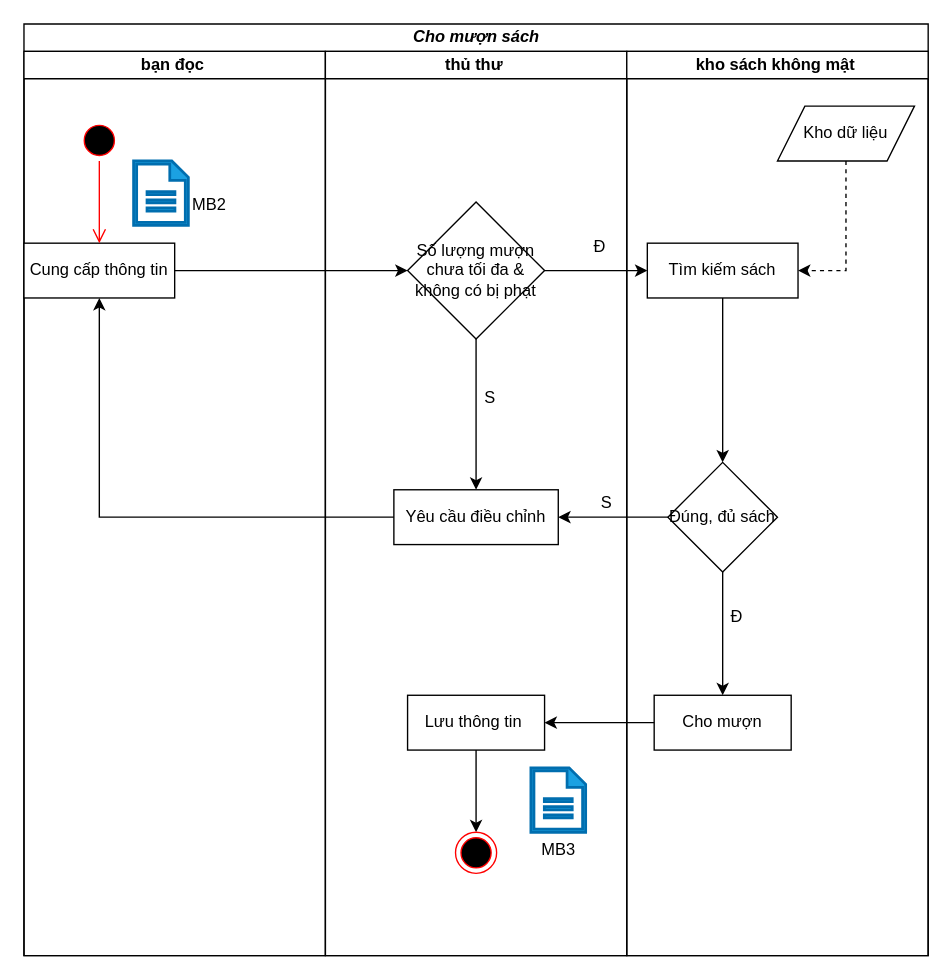
Above: page "Cho mượn sách" (3 of 11) of bài tap lớn/Biểu đồ hoạt động.drawio in vqh17062001/PTTKHT (draw.io), before the change. Source tidied: cells renumbered, new cells numbered last; positions are measured from the earlier drawing's top-left corner, leaving out a move shared by most shapes. Both pictures are drawn from the tidied source at 137%, with x=0, y=0 at pixel (23, 23).
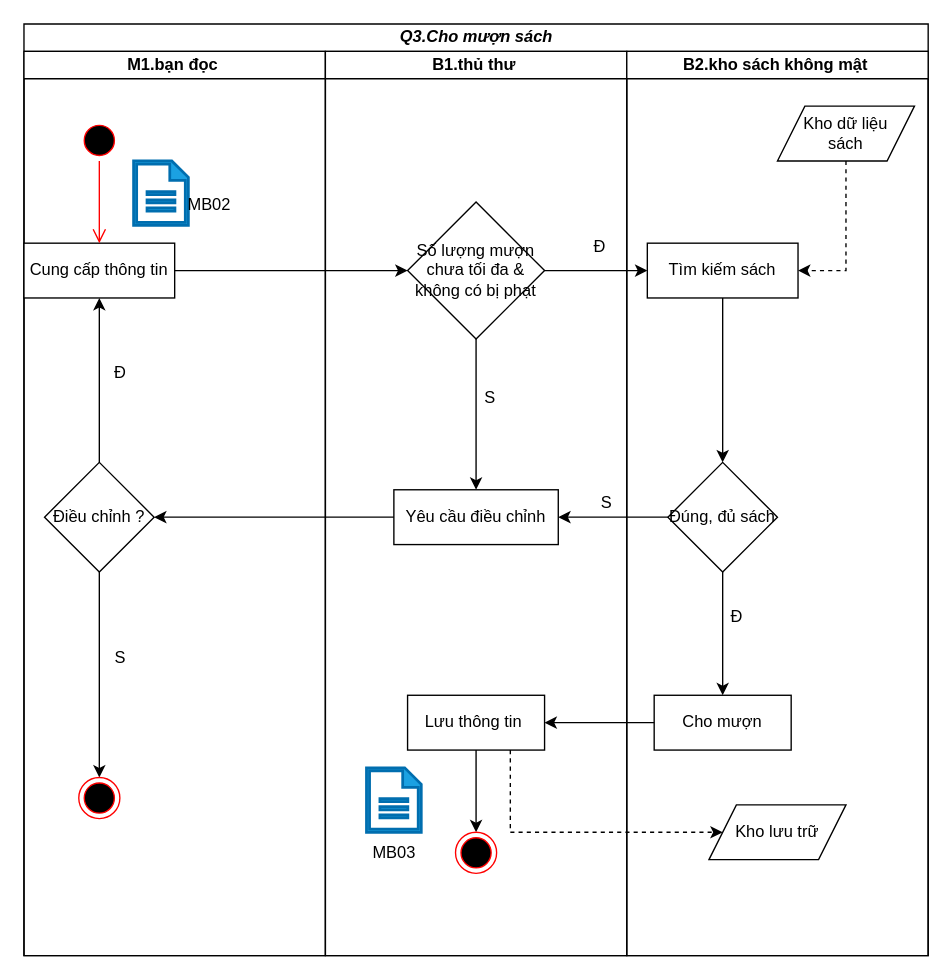
The same diagram, later.

Unchanged cells that the change refers to:
```xml
<mxCell id="4" value="Cung cấp thông tin" style="rounded=0;whiteSpace=wrap;html=1;" parent="3" vertex="1">
  <mxGeometry y="140" width="110" height="40" as="geometry" />
</mxCell>
<mxCell id="10" value="Yêu cầu điều chỉnh" style="rounded=0;whiteSpace=wrap;html=1;" parent="7" vertex="1">
  <mxGeometry x="50" y="320" width="120" height="40" as="geometry" />
</mxCell>
<mxCell id="12" value="Lưu thông tin&amp;nbsp;" style="rounded=0;whiteSpace=wrap;html=1;" parent="7" vertex="1">
  <mxGeometry x="60" y="470" width="100" height="40" as="geometry" />
</mxCell>
```

The edit, as a diff of the source:
```diff
@@
-    <mxCell id="2" value="&lt;b&gt;&lt;i&gt;Cho mượn sách&lt;/i&gt;&lt;/b&gt;" style="swimlane;startSize=20;html=1;" parent="1" vertex="1">
+    <mxCell id="2" value="&lt;b&gt;&lt;i&gt;Q3.Cho mượn sách&lt;/i&gt;&lt;/b&gt;" style="swimlane;startSize=20;html=1;" parent="1" vertex="1">
       <mxGeometry width="660" height="680" as="geometry" />
     </mxCell>
-    <mxCell id="3" value="&lt;b&gt;bạn đọc&amp;nbsp;&lt;/b&gt;" style="swimlane;startSize=20;html=1;" parent="2" vertex="1">
+    <mxCell id="3" value="&lt;b&gt;M1.bạn đọc&amp;nbsp;&lt;/b&gt;" style="swimlane;startSize=20;html=1;" parent="2" vertex="1">
       <mxGeometry y="20" width="220" height="660" as="geometry" />
     </mxCell>
@@
-    <mxCell id="6" value="MB2" style="text;html=1;align=center;verticalAlign=middle;strokeColor=none;fillColor=none;" parent="3" vertex="1">
+    <mxCell id="6" value="MB02" style="text;html=1;align=center;verticalAlign=middle;strokeColor=none;fillColor=none;" parent="3" vertex="1">
       <mxGeometry x="110" y="97" width="50" height="30" as="geometry" />
     </mxCell>
+    <mxCell id="35" style="edgeStyle=orthogonalEdgeStyle;rounded=0;jettySize=auto;html=1;" parent="3" edge="1" source="36">
+      <mxGeometry relative="1" as="geometry">
+        <mxPoint x="55" y="530" as="targetPoint" />
+      </mxGeometry>
+    </mxCell>
+    <mxCell id="36" value="Điều chỉnh ?" style="rhombus;whiteSpace=wrap;html=1;" parent="3" vertex="1">
+      <mxGeometry x="15" y="300" width="80" height="80" as="geometry" />
+    </mxCell>
+    <mxCell id="37" style="edgeStyle=orthogonalEdgeStyle;rounded=0;jettySize=auto;html=1;entryX=0.5;entryY=1;entryDx=0;entryDy=0;" parent="3" edge="1" source="36" target="4">
+      <mxGeometry relative="1" as="geometry" />
+    </mxCell>
+    <mxCell id="38" value="Đ" style="text;html=1;align=center;verticalAlign=middle;strokeColor=none;fillColor=none;" parent="3" vertex="1">
+      <mxGeometry x="55" y="220" width="30" height="30" as="geometry" />
+    </mxCell>
+    <mxCell id="39" style="ellipse;html=1;shape=endState;fillColor=#000000;strokeColor=#ff0000;" parent="3" vertex="1">
+      <mxGeometry x="40" y="530" width="30" height="30" as="geometry" />
+    </mxCell>
-    <mxCell id="7" value="&lt;b&gt;thủ thư&amp;nbsp;&lt;/b&gt;" style="swimlane;startSize=20;html=1;" parent="2" vertex="1">
+    <mxCell id="7" value="&lt;b&gt;B1.thủ thư&amp;nbsp;&lt;/b&gt;" style="swimlane;startSize=20;html=1;" parent="2" vertex="1">
       <mxGeometry x="220" y="20" width="220" height="660" as="geometry" />
     </mxCell>
@@
     <mxCell id="15" style="sketch=0;shadow=0;html=1;strokeColor=#006EAF;fillColor=#1ba1e2;labelPosition=center;verticalLabelPosition=bottom;verticalAlign=top;align=center;shape=mxgraph.office.concepts.document;fontColor=#ffffff;strokeWidth=2;" parent="7" vertex="1">
-      <mxGeometry x="150" y="523" width="40" height="47" as="geometry" />
+      <mxGeometry x="30" y="523" width="40" height="47" as="geometry" />
     </mxCell>
+    <mxCell id="34" value="MB03" style="text;html=1;align=center;verticalAlign=middle;strokeColor=none;fillColor=none;" parent="7" vertex="1">
+      <mxGeometry x="25" y="570" width="50" height="30" as="geometry" />
+    </mxCell>
-    <mxCell id="16" value="&lt;b&gt;kho sách không mật&amp;nbsp;&lt;/b&gt;" style="swimlane;startSize=20;html=1;" parent="2" vertex="1">
+    <mxCell id="16" value="&lt;b&gt;B2.kho sách không mật&amp;nbsp;&lt;/b&gt;" style="swimlane;startSize=20;html=1;" parent="2" vertex="1">
       <mxGeometry x="440" y="20" width="220" height="660" as="geometry" />
     </mxCell>
@@
-    <mxCell id="23" value="Kho dữ liệu" style="shape=parallelogram;perimeter=parallelogramPerimeter;whiteSpace=wrap;html=1;fixedSize=1;" parent="16" vertex="1">
+    <mxCell id="23" value="Kho dữ liệu &lt;br&gt;sách" style="shape=parallelogram;perimeter=parallelogramPerimeter;whiteSpace=wrap;html=1;fixedSize=1;" parent="16" vertex="1">
       <mxGeometry x="110" y="40" width="100" height="40" as="geometry" />
     </mxCell>
+    <mxCell id="40" value="Kho lưu trữ" style="shape=parallelogram;perimeter=parallelogramPerimeter;whiteSpace=wrap;html=1;fixedSize=1;" parent="16" vertex="1">
+      <mxGeometry x="60" y="550" width="100" height="40" as="geometry" />
+    </mxCell>
@@
-    <mxCell id="28" style="edgeStyle=orthogonalEdgeStyle;rounded=0;jettySize=auto;html=1;entryX=0.5;entryY=1;entryDx=0;entryDy=0;" parent="2" edge="1" source="10" target="4">
+    <mxCell id="28" style="edgeStyle=orthogonalEdgeStyle;rounded=0;jettySize=auto;html=1;entryX=1;entryY=0.5;entryDx=0;entryDy=0;" parent="2" edge="1" source="10" target="36">
       <mxGeometry relative="1" as="geometry" />
     </mxCell>
+    <mxCell id="41" style="edgeStyle=orthogonalEdgeStyle;rounded=0;jettySize=auto;html=1;exitX=0.75;exitY=1;exitDx=0;exitDy=0;entryX=0;entryY=0.5;entryDx=0;entryDy=0;dashed=1;" parent="2" edge="1" source="12" target="40">
+      <mxGeometry relative="1" as="geometry">
+        <Array as="points">
+          <mxPoint x="355" y="590" />
+        </Array>
+      </mxGeometry>
+    </mxCell>
@@
-    <mxCell id="34" value="MB3" style="text;html=1;align=center;verticalAlign=middle;strokeColor=none;fillColor=none;" parent="1" vertex="1">
-      <mxGeometry x="365" y="588" width="50" height="30" as="geometry" />
-    </mxCell>
+    <mxCell id="42" value="S" style="text;html=1;align=center;verticalAlign=middle;strokeColor=none;fillColor=none;" parent="1" vertex="1">
+      <mxGeometry x="55" y="448" width="30" height="30" as="geometry" />
+    </mxCell>
```
